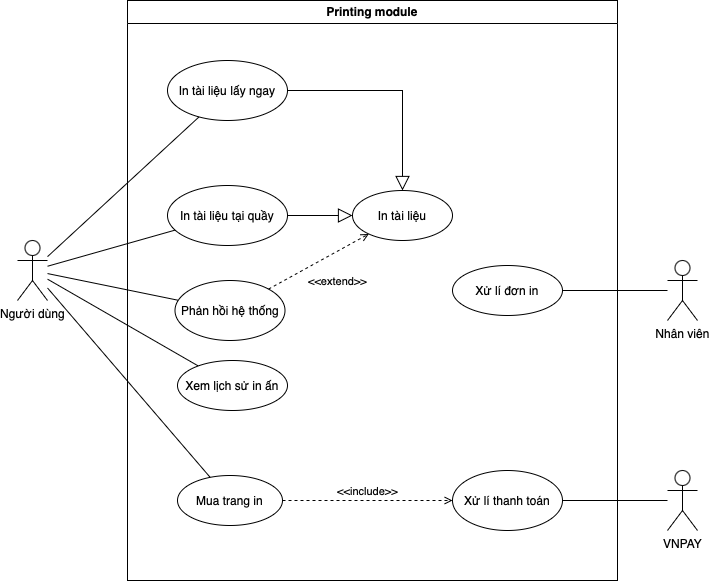
This is printing-module.drawio.png from blueonline07/test-somth, a draw.io export, as it was before one commit. Source tidied: cells renumbered, new cells last; positions are measured from the earlier drawing's top-left corner, leaving out a move shared by most shapes.
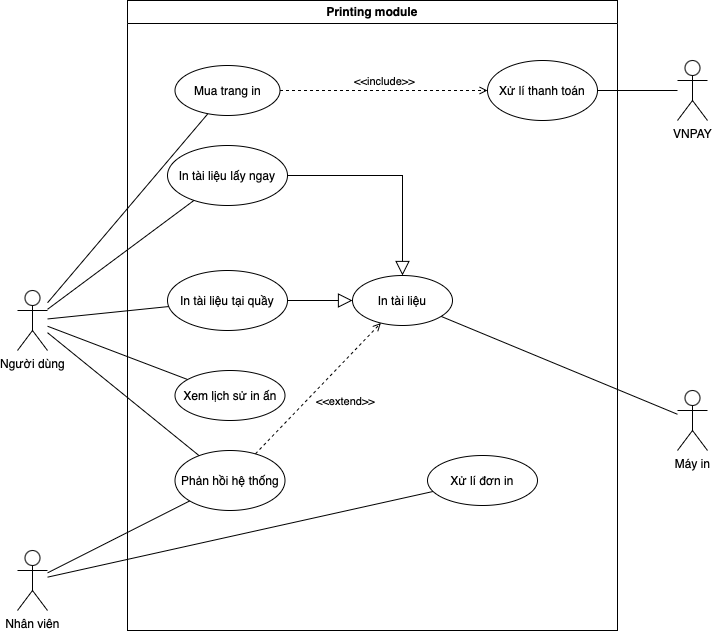
Above is the later version.

Diff of the diagram source:
```diff
@@ -3,16 +3,16 @@
     <mxCell id="0" />
     <mxCell id="1" parent="0" />
     <mxCell id="2" value="Printing module" style="swimlane;whiteSpace=wrap;html=1;" parent="1" vertex="1">
-      <mxGeometry x="110" width="490" height="580" as="geometry" />
+      <mxGeometry x="110" y="-50" width="490" height="630" as="geometry" />
     </mxCell>
     <mxCell id="3" value="In tài liệu" style="ellipse;whiteSpace=wrap;html=1;" parent="2" vertex="1">
-      <mxGeometry x="225" y="190" width="100" height="50" as="geometry" />
+      <mxGeometry x="225" y="275" width="100" height="50" as="geometry" />
     </mxCell>
     <mxCell id="4" value="In tài liệu lấy ngay" style="ellipse;whiteSpace=wrap;html=1;" parent="2" vertex="1">
-      <mxGeometry x="40" y="60" width="120" height="60" as="geometry" />
+      <mxGeometry x="40" y="145" width="120" height="60" as="geometry" />
     </mxCell>
     <mxCell id="5" value="In tài liệu tại quầy" style="ellipse;whiteSpace=wrap;html=1;" parent="2" vertex="1">
-      <mxGeometry x="40" y="185" width="120" height="60" as="geometry" />
+      <mxGeometry x="40" y="270" width="120" height="60" as="geometry" />
     </mxCell>
     <mxCell id="6" style="edgeStyle=orthogonalEdgeStyle;html=1;endSize=12;endArrow=block;endFill=0;rounded=0;" parent="2" edge="1" source="4" target="3">
       <mxGeometry relative="1" as="geometry" />
@@ -20,37 +20,37 @@
     <mxCell id="7" style="edgeStyle=none;html=1;endSize=12;endArrow=block;endFill=0;rounded=0;" parent="2" edge="1" source="5" target="3">
       <mxGeometry relative="1" as="geometry" />
     </mxCell>
-    <mxCell id="8" value="Xử lí đơn in" style="ellipse;whiteSpace=wrap;html=1;" parent="2" vertex="1">
-      <mxGeometry x="325" y="265" width="110" height="50" as="geometry" />
-    </mxCell>
     <mxCell id="9" value="Phản hồi hệ thống" style="ellipse;whiteSpace=wrap;html=1;" parent="2" vertex="1">
-      <mxGeometry x="47.5" y="280" width="110" height="60" as="geometry" />
+      <mxGeometry x="47.5" y="450" width="110" height="60" as="geometry" />
     </mxCell>
     <mxCell id="10" value="Xem lịch sử in ấn" style="ellipse;whiteSpace=wrap;html=1;" parent="2" vertex="1">
-      <mxGeometry x="50" y="360" width="110" height="50" as="geometry" />
+      <mxGeometry x="47.5" y="370" width="110" height="50" as="geometry" />
     </mxCell>
-    <mxCell id="11" value="Mua trang in" style="ellipse;whiteSpace=wrap;html=1;" parent="2" vertex="1">
-      <mxGeometry x="50" y="475" width="105" height="50" as="geometry" />
-    </mxCell>
     <mxCell id="12" value="Xử lí thanh toán" style="ellipse;whiteSpace=wrap;html=1;" parent="2" vertex="1">
-      <mxGeometry x="325" y="470" width="110" height="60" as="geometry" />
+      <mxGeometry x="360" y="60" width="110" height="60" as="geometry" />
     </mxCell>
     <mxCell id="13" value="&amp;lt;&amp;lt;extend&amp;gt;&amp;gt;" style="html=1;verticalAlign=bottom;labelBackgroundColor=none;endArrow=open;endFill=0;dashed=1;rounded=0;" parent="2" edge="1" source="9" target="3">
       <mxGeometry x="0.04" y="-34" relative="1" as="geometry">
         <mxPoint y="1" as="offset" />
       </mxGeometry>
     </mxCell>
+    <mxCell id="11" value="Mua trang in" style="ellipse;whiteSpace=wrap;html=1;" parent="2" vertex="1">
+      <mxGeometry x="47.5" y="65" width="105" height="50" as="geometry" />
+    </mxCell>
     <mxCell id="14" value="&amp;lt;&amp;lt;include&amp;gt;&amp;gt;" style="html=1;verticalAlign=bottom;labelBackgroundColor=none;endArrow=open;endFill=0;dashed=1;rounded=0;" parent="2" edge="1" source="11" target="12">
       <mxGeometry relative="1" as="geometry" />
     </mxCell>
+    <mxCell id="8" value="Xử lí đơn in" style="ellipse;whiteSpace=wrap;html=1;" parent="2" vertex="1">
+      <mxGeometry x="300" y="455" width="110" height="50" as="geometry" />
+    </mxCell>
     <mxCell id="15" value="Người dùng" style="shape=umlActor;verticalLabelPosition=bottom;verticalAlign=top;html=1;outlineConnect=0;" parent="1" vertex="1">
       <mxGeometry y="240" width="30" height="60" as="geometry" />
     </mxCell>
     <mxCell id="16" value="Nhân viên" style="shape=umlActor;verticalLabelPosition=bottom;verticalAlign=top;html=1;outlineConnect=0;" parent="1" vertex="1">
-      <mxGeometry x="650" y="260" width="30" height="60" as="geometry" />
+      <mxGeometry y="500" width="30" height="60" as="geometry" />
     </mxCell>
     <mxCell id="17" value="VNPAY" style="shape=umlActor;verticalLabelPosition=bottom;verticalAlign=top;html=1;outlineConnect=0;" parent="1" vertex="1">
-      <mxGeometry x="650" y="470" width="30" height="60" as="geometry" />
+      <mxGeometry x="660" y="10" width="30" height="60" as="geometry" />
     </mxCell>
     <mxCell id="18" style="endArrow=none;html=1;rounded=0;" parent="1" edge="1" source="15" target="5">
       <mxGeometry relative="1" as="geometry" />
@@ -73,5 +73,14 @@
     <mxCell id="24" style="endArrow=none;html=1;rounded=0;" parent="1" edge="1" source="12" target="17">
       <mxGeometry relative="1" as="geometry" />
     </mxCell>
+    <mxCell id="25" style="endArrow=none;html=1;rounded=0;" parent="1" edge="1" source="16" target="9">
+      <mxGeometry relative="1" as="geometry" />
+    </mxCell>
+    <mxCell id="26" value="Máy in" style="shape=umlActor;verticalLabelPosition=bottom;verticalAlign=top;html=1;outlineConnect=0;" parent="1" vertex="1">
+      <mxGeometry x="660" y="340" width="30" height="60" as="geometry" />
+    </mxCell>
+    <mxCell id="27" style="endArrow=none;html=1;rounded=0;" parent="1" edge="1" source="3" target="26">
+      <mxGeometry relative="1" as="geometry" />
+    </mxCell>
   </root>
 </mxGraphModel>
```
